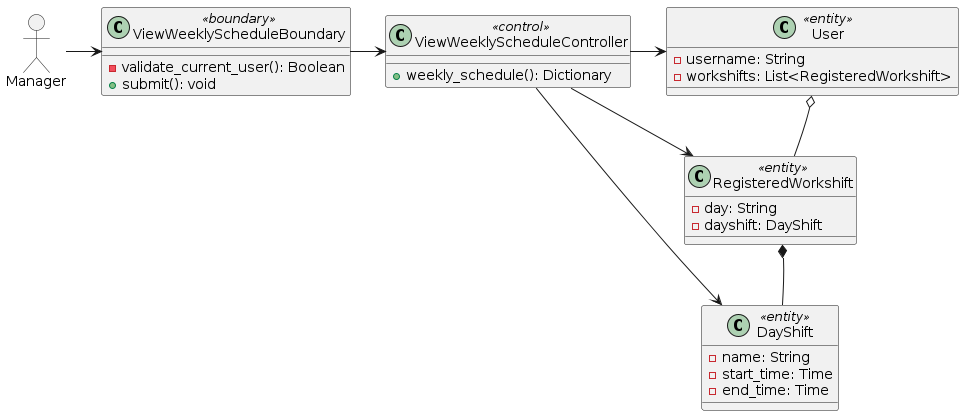
This is docs/UML/Class Diagrams/view-weekly-schedule.png from LapTQ/MCT, a PlantUML export, as it was before one commit. The source it was exported from:
```plantuml
@startuml

allowmixing

actor Manager

class ViewWeeklyScheduleBoundary <<boundary>> {

    - validate_current_user(): Boolean
    + submit(): void
}

class ViewWeeklyScheduleController <<control>> {

    + weekly_schedule(): Dictionary
}

class User <<entity>> {
    - username: String
    - workshifts: List<RegisteredWorkshift>
}

class RegisteredWorkshift <<entity>> {
    - day: String
    - dayshift: DayShift
}

class DayShift <<entity>> {
    - name: String
    - start_time: Time
    - end_time: Time
}

Manager -> ViewWeeklyScheduleBoundary
ViewWeeklyScheduleBoundary -right-> ViewWeeklyScheduleController
ViewWeeklyScheduleController -right-> User
ViewWeeklyScheduleController --> RegisteredWorkshift
ViewWeeklyScheduleController --> DayShift
User -[hidden]d- RegisteredWorkshift
RegisteredWorkshift -[hidden]d- DayShift
User o-- RegisteredWorkshift
RegisteredWorkshift *-- DayShift


@enduml
```
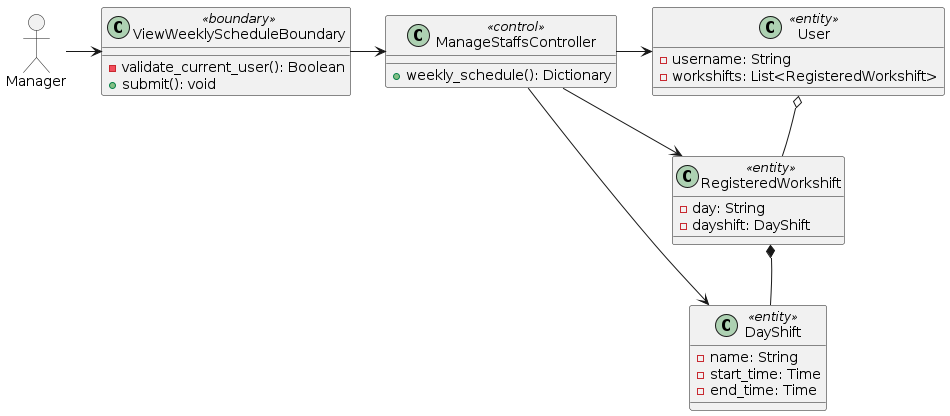
The same diagram one commit later.

Diff of the diagram source:
```diff
@@ -10,7 +10,7 @@
     + submit(): void
 }
 
-class ViewWeeklyScheduleController <<control>> {
+class ManageStaffsController <<control>> {
 
     + weekly_schedule(): Dictionary
 }
@@ -32,10 +32,10 @@
 }
 
 Manager -> ViewWeeklyScheduleBoundary
-ViewWeeklyScheduleBoundary -right-> ViewWeeklyScheduleController
-ViewWeeklyScheduleController -right-> User
-ViewWeeklyScheduleController --> RegisteredWorkshift
-ViewWeeklyScheduleController --> DayShift
+ViewWeeklyScheduleBoundary -right-> ManageStaffsController
+ManageStaffsController -right-> User
+ManageStaffsController --> RegisteredWorkshift
+ManageStaffsController --> DayShift
 User -[hidden]d- RegisteredWorkshift
 RegisteredWorkshift -[hidden]d- DayShift
 User o-- RegisteredWorkshift
```
